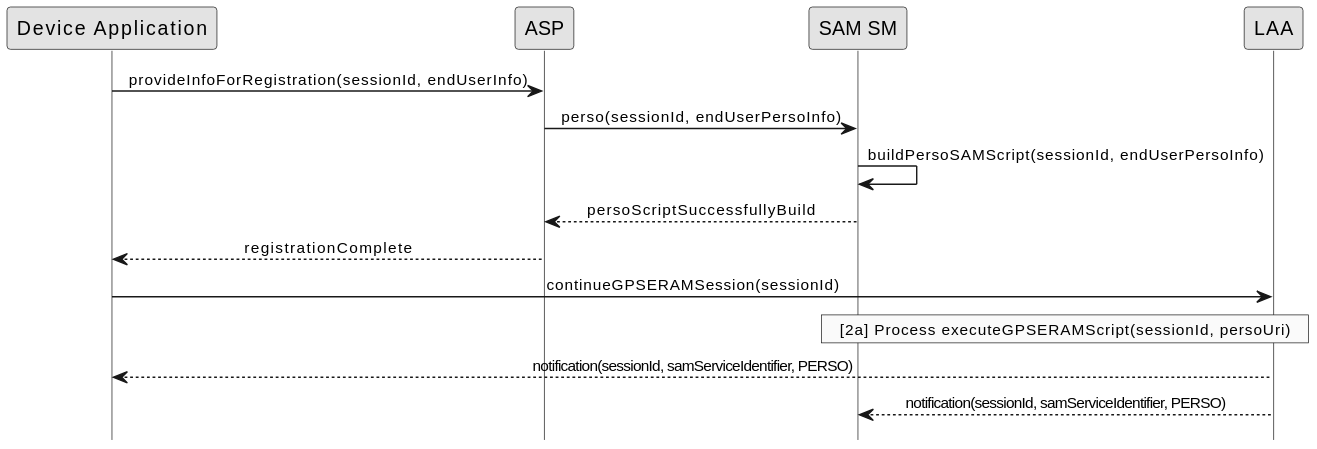
GlobalPlatform/LAA-SAM_SM-Interface keeps this PlantUML diagram as doc/uml/perso.svg. Above is the earlier version. Its diagram source:
```plantuml
@startuml
hide footbox
skinparam sequenceMessageAlign center
skinparam sequenceArrowFontSize 11
skinparam noteFontSize 11
skinparam monochrome true
skinparam lifelinestrategy solid

"Device Application" -> ASP : provideInfoForRegistration(sessionId, endUserInfo)
ASP -> "SAM SM" : perso(sessionId, endUserPersoInfo)
"SAM SM" -> "SAM SM" : buildPersoSAMScript(sessionId, endUserPersoInfo)
"SAM SM" --> "ASP" : persoScriptSuccessfullyBuild
"ASP" --> "Device Application" : registrationComplete
"Device Application" -> LAA : continueGPSERAMSession(sessionId)
rnote over "LAA", "SAM SM"
    [2a] Process executeGPSERAMScript(sessionId, persoUri)
end rnote


LAA --> "Device Application" : notification(sessionId, aspSDAid, PERSO)
LAA --> "SAM SM" : notification(sessionId, aspSDAid, PERSO)
@enduml
```
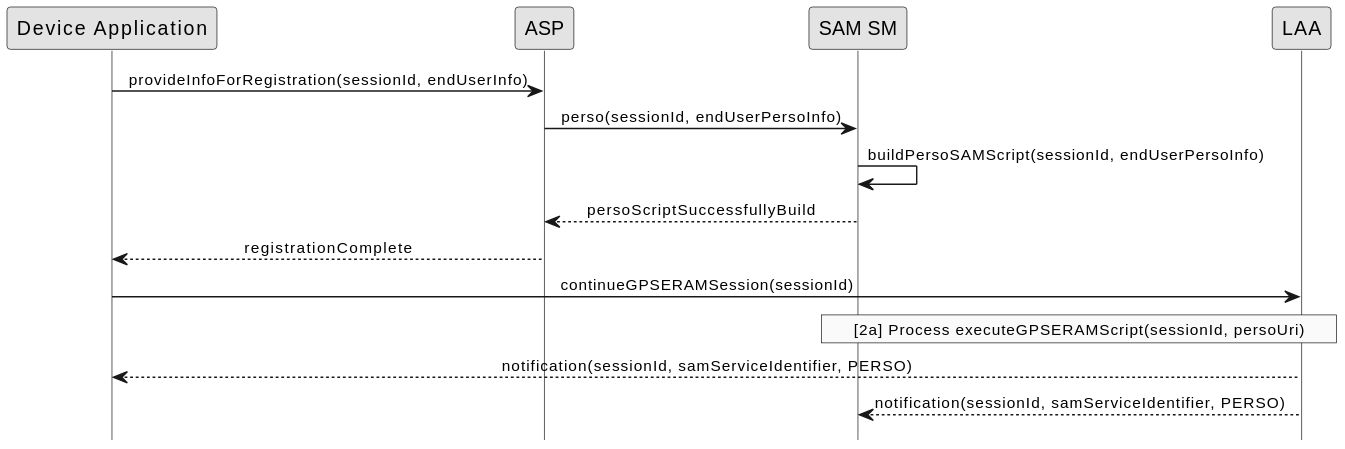
Later version of the same file.

The edit, as a diff of the source:
```diff
@@ -17,6 +17,6 @@
 end rnote
 
 
-LAA --> "Device Application" : notification(sessionId, aspSDAid, PERSO)
-LAA --> "SAM SM" : notification(sessionId, aspSDAid, PERSO)
+LAA --> "Device Application" : notification(sessionId, samServiceIdentifier, PERSO)
+LAA --> "SAM SM" : notification(sessionId, samServiceIdentifier, PERSO)
 @enduml
```
